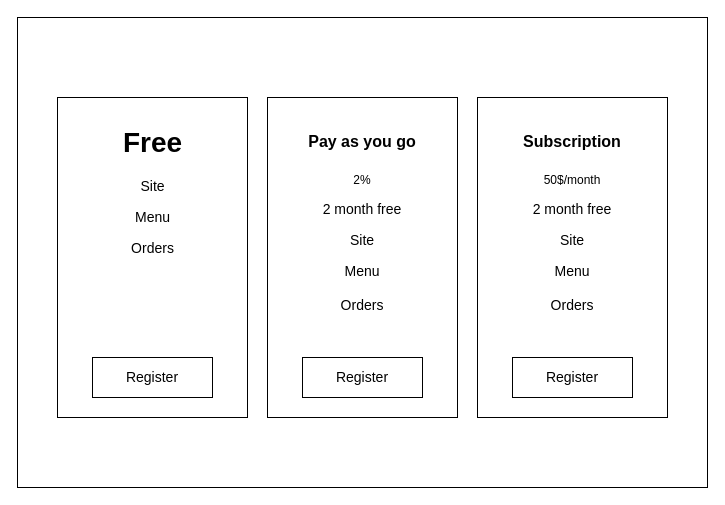
Earlier version of the draw.io diagram page "site-price" (3 of 3) of caffe_ui.drawio (perandr/horeca). Source tidied: cells renumbered, new cells numbered last; positions are measured from the earlier drawing's top-left corner, leaving out a move shared by most shapes. Both pictures are drawn from the tidied source at 100%, with x=0, y=0 at pixel (17, 17).
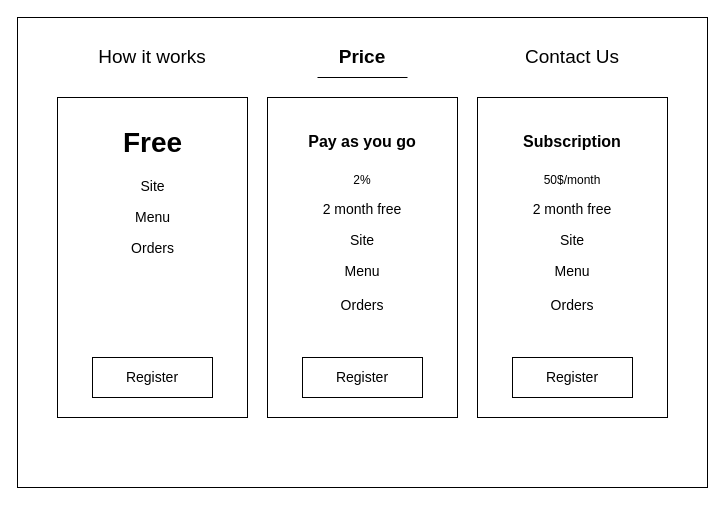
Above is the later version.

Diff of the diagram source:
```diff
@@
 <mxGraphModel>
   <root>
     <mxCell id="0" />
     <mxCell id="1" parent="0" />
     <mxCell id="2" style="rounded=0;whiteSpace=wrap;html=1;fontSize=14;align=center;" parent="1" vertex="1">
       <mxGeometry width="690" height="470" as="geometry" />
     </mxCell>
     <mxCell id="3" style="group;" parent="1" vertex="1">
       <mxGeometry x="460" y="80" width="190" height="320" as="geometry" />
     </mxCell>
     <mxCell id="4" style="rounded=0;whiteSpace=wrap;html=1;fontSize=14;align=center;" parent="3" vertex="1">
       <mxGeometry width="190" height="320" as="geometry" />
     </mxCell>
     <mxCell id="5" value="&lt;h1&gt;&lt;font style=&quot;font-size: 16px&quot;&gt;Subscription&lt;/font&gt;&lt;/h1&gt;&lt;p style=&quot;font-size: 12px&quot;&gt;50$/month&lt;br&gt;&lt;/p&gt;&lt;p&gt;2 month free&lt;br&gt;&lt;/p&gt;&lt;p&gt;Site&lt;/p&gt;&lt;div&gt;Menu&lt;/div&gt;&lt;div&gt;&lt;br&gt;&lt;/div&gt;&lt;div&gt;Orders&lt;br&gt;&lt;/div&gt;" style="text;html=1;strokeColor=none;fillColor=none;spacing=5;spacingTop=-20;whiteSpace=wrap;overflow=hidden;rounded=0;fontSize=14;align=center;" parent="3" vertex="1">
       <mxGeometry x="24.8" y="15" width="140.4" height="290" as="geometry" />
     </mxCell>
     <mxCell id="6" value="Register" style="rounded=0;whiteSpace=wrap;html=1;fontSize=14;align=center;" parent="3" vertex="1">
       <mxGeometry x="35" y="260" width="120" height="40" as="geometry" />
     </mxCell>
     <mxCell id="7" style="group;" parent="1" vertex="1">
       <mxGeometry x="250" y="80" width="190" height="320" as="geometry" />
     </mxCell>
     <mxCell id="8" style="rounded=0;whiteSpace=wrap;html=1;fontSize=14;align=center;" parent="7" vertex="1">
       <mxGeometry width="190" height="320" as="geometry" />
     </mxCell>
     <mxCell id="9" value="&lt;h1&gt;&lt;font style=&quot;font-size: 16px&quot;&gt;Pay as you go&lt;br&gt;&lt;/font&gt;&lt;/h1&gt;&lt;p style=&quot;font-size: 12px&quot;&gt;2%&lt;br&gt;&lt;/p&gt;&lt;p&gt;2 month free&lt;br&gt;&lt;/p&gt;&lt;p&gt;Site&lt;/p&gt;&lt;div&gt;Menu&lt;/div&gt;&lt;div&gt;&lt;br&gt;&lt;/div&gt;&lt;div&gt;Orders&lt;br&gt;&lt;/div&gt;" style="text;html=1;strokeColor=none;fillColor=none;spacing=5;spacingTop=-20;whiteSpace=wrap;overflow=hidden;rounded=0;fontSize=14;align=center;" parent="7" vertex="1">
       <mxGeometry x="24.8" y="15" width="140.4" height="290" as="geometry" />
     </mxCell>
     <mxCell id="10" value="Register" style="rounded=0;whiteSpace=wrap;html=1;fontSize=14;align=center;" parent="7" vertex="1">
       <mxGeometry x="35" y="260" width="120" height="40" as="geometry" />
     </mxCell>
     <mxCell id="11" style="group;" parent="1" vertex="1">
       <mxGeometry x="40" y="80" width="190" height="320" as="geometry" />
     </mxCell>
     <mxCell id="12" style="rounded=0;whiteSpace=wrap;html=1;fontSize=14;align=center;" parent="11" vertex="1">
       <mxGeometry width="190" height="320" as="geometry" />
     </mxCell>
     <mxCell id="13" value="&lt;h1&gt;Free&lt;/h1&gt;&lt;p&gt;Site&lt;/p&gt;&lt;p&gt;Menu&lt;/p&gt;&lt;p&gt;Orders&lt;/p&gt;" style="text;html=1;strokeColor=none;fillColor=none;spacing=5;spacingTop=-20;whiteSpace=wrap;overflow=hidden;rounded=0;fontSize=14;align=center;" parent="11" vertex="1">
       <mxGeometry x="47.5" y="20" width="95" height="280" as="geometry" />
     </mxCell>
     <mxCell id="14" value="Register" style="rounded=0;whiteSpace=wrap;html=1;fontSize=14;align=center;" parent="11" vertex="1">
       <mxGeometry x="35" y="260" width="120" height="40" as="geometry" />
     </mxCell>
+    <mxCell id="15" value="Price" style="text;html=1;strokeColor=none;fillColor=none;align=center;verticalAlign=middle;whiteSpace=wrap;rounded=0;fontSize=19;fontStyle=1;" parent="1" vertex="1">
+      <mxGeometry x="280" y="30" width="130" height="20" as="geometry" />
+    </mxCell>
+    <mxCell id="16" value="Contact Us" style="text;html=1;strokeColor=none;fillColor=none;align=center;verticalAlign=middle;whiteSpace=wrap;rounded=0;fontSize=19;fontStyle=0;" parent="1" vertex="1">
+      <mxGeometry x="490" y="30" width="130" height="20" as="geometry" />
+    </mxCell>
+    <mxCell id="17" value="How it works" style="text;html=1;strokeColor=none;fillColor=none;align=center;verticalAlign=middle;whiteSpace=wrap;rounded=0;fontSize=19;fontStyle=0;" parent="1" vertex="1">
+      <mxGeometry x="60" y="30" width="150" height="20" as="geometry" />
+    </mxCell>
+    <mxCell id="18" style="endArrow=none;html=1;fontSize=19;" parent="1" edge="1">
+      <mxGeometry relative="1" as="geometry">
+        <mxPoint x="300" y="60" as="sourcePoint" />
+        <mxPoint x="390" y="60" as="targetPoint" />
+      </mxGeometry>
+    </mxCell>
   </root>
 </mxGraphModel>
```
